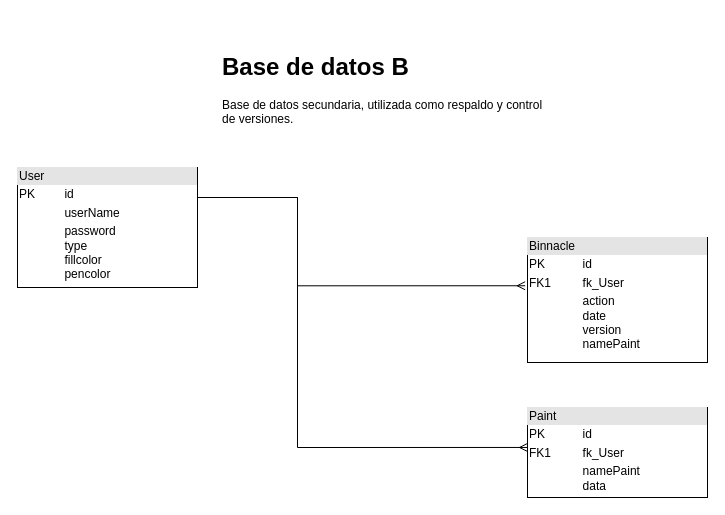
Before: UMLDBA.drawio in agchavez/BDProyecto, a draw.io diagram. Source tidied: cells renumbered, new cells numbered last; positions are measured from the earlier drawing's top-left corner, leaving out a move shared by most shapes. Both pictures are drawn from the tidied source at 100%, with x=0, y=0 at pixel (17, 47).
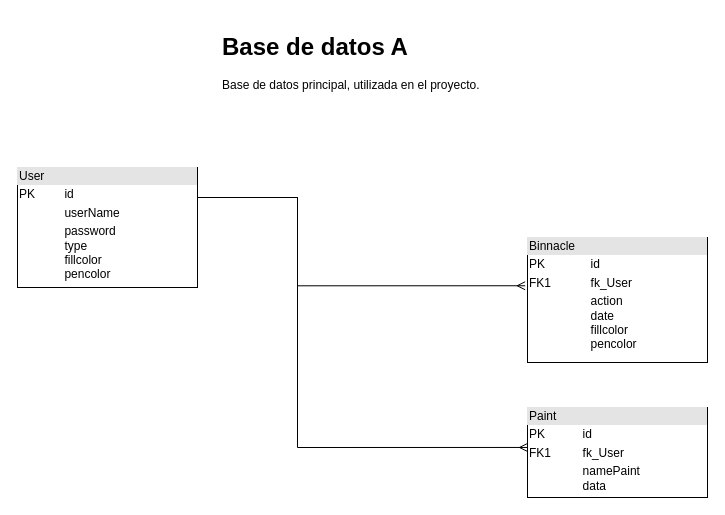
After the change.

Change to the diagram source:
```diff
@@
 <mxGraphModel>
   <root>
     <mxCell id="0" />
     <mxCell id="1" parent="0" />
     <mxCell id="2" style="edgeStyle=orthogonalEdgeStyle;rounded=0;jettySize=auto;html=1;entryX=-0.013;entryY=0.386;entryDx=0;entryDy=0;entryPerimeter=0;exitX=1;exitY=0.25;exitDx=0;exitDy=0;endArrow=ERmany;endFill=0;" parent="1" edge="1" source="4" target="5">
       <mxGeometry relative="1" as="geometry">
         <Array as="points">
           <mxPoint x="280" y="150" />
           <mxPoint x="280" y="238" />
         </Array>
       </mxGeometry>
     </mxCell>
     <mxCell id="3" style="edgeStyle=orthogonalEdgeStyle;rounded=0;jettySize=auto;html=1;endArrow=ERmany;endFill=0;exitX=1;exitY=0.25;exitDx=0;exitDy=0;entryX=0;entryY=0.444;entryDx=0;entryDy=0;entryPerimeter=0;" parent="1" edge="1" source="4" target="6">
       <mxGeometry relative="1" as="geometry">
         <Array as="points">
           <mxPoint x="280" y="150" />
           <mxPoint x="280" y="400" />
         </Array>
       </mxGeometry>
     </mxCell>
     <mxCell id="4" value="&lt;div style=&quot;box-sizing: border-box ; width: 100% ; background: #e4e4e4 ; padding: 2px&quot;&gt;User&lt;/div&gt;&lt;table style=&quot;width: 100% ; font-size: 1em&quot; cellpadding=&quot;2&quot; cellspacing=&quot;0&quot;&gt;&lt;tbody&gt;&lt;tr&gt;&lt;td&gt;PK&lt;/td&gt;&lt;td&gt;id&lt;/td&gt;&lt;/tr&gt;&lt;tr&gt;&lt;td&gt;&lt;br&gt;&lt;/td&gt;&lt;td&gt;userName&lt;/td&gt;&lt;/tr&gt;&lt;tr&gt;&lt;td&gt;&lt;/td&gt;&lt;td&gt;password&lt;br&gt;type&lt;br&gt;fillcolor&lt;br&gt;pencolor&lt;/td&gt;&lt;/tr&gt;&lt;/tbody&gt;&lt;/table&gt;" style="verticalAlign=top;align=left;overflow=fill;html=1;" parent="1" vertex="1">
       <mxGeometry y="120" width="180" height="120" as="geometry" />
     </mxCell>
-    <mxCell id="5" value="&lt;div style=&quot;box-sizing: border-box ; width: 100% ; background: #e4e4e4 ; padding: 2px&quot;&gt;Binnacle&lt;/div&gt;&lt;table style=&quot;width: 100% ; font-size: 1em&quot; cellpadding=&quot;2&quot; cellspacing=&quot;0&quot;&gt;&lt;tbody&gt;&lt;tr&gt;&lt;td&gt;PK&lt;/td&gt;&lt;td&gt;id&lt;/td&gt;&lt;/tr&gt;&lt;tr&gt;&lt;td&gt;FK1&lt;/td&gt;&lt;td&gt;fk_User&lt;/td&gt;&lt;/tr&gt;&lt;tr&gt;&lt;td&gt;&lt;/td&gt;&lt;td&gt;action&lt;br&gt;date&lt;br&gt;version&lt;br&gt;namePaint&lt;/td&gt;&lt;/tr&gt;&lt;/tbody&gt;&lt;/table&gt;" style="verticalAlign=top;align=left;overflow=fill;html=1;" parent="1" vertex="1">
+    <mxCell id="5" value="&lt;div style=&quot;box-sizing: border-box ; width: 100% ; background: #e4e4e4 ; padding: 2px&quot;&gt;Binnacle&lt;/div&gt;&lt;table style=&quot;width: 100% ; font-size: 1em&quot; cellpadding=&quot;2&quot; cellspacing=&quot;0&quot;&gt;&lt;tbody&gt;&lt;tr&gt;&lt;td&gt;PK&lt;/td&gt;&lt;td&gt;id&lt;/td&gt;&lt;/tr&gt;&lt;tr&gt;&lt;td&gt;FK1&lt;/td&gt;&lt;td&gt;fk_User&lt;/td&gt;&lt;/tr&gt;&lt;tr&gt;&lt;td&gt;&lt;/td&gt;&lt;td&gt;action&lt;br&gt;date&lt;br&gt;fillcolor&lt;br&gt;pencolor&lt;/td&gt;&lt;/tr&gt;&lt;/tbody&gt;&lt;/table&gt;" style="verticalAlign=top;align=left;overflow=fill;html=1;" parent="1" vertex="1">
       <mxGeometry x="510" y="190" width="180" height="125" as="geometry" />
     </mxCell>
     <mxCell id="6" value="&lt;div style=&quot;box-sizing: border-box ; width: 100% ; background: #e4e4e4 ; padding: 2px&quot;&gt;Paint&lt;/div&gt;&lt;table style=&quot;width: 100% ; font-size: 1em&quot; cellpadding=&quot;2&quot; cellspacing=&quot;0&quot;&gt;&lt;tbody&gt;&lt;tr&gt;&lt;td&gt;PK&lt;/td&gt;&lt;td&gt;id&lt;/td&gt;&lt;/tr&gt;&lt;tr&gt;&lt;td&gt;FK1&lt;/td&gt;&lt;td&gt;fk_User&lt;/td&gt;&lt;/tr&gt;&lt;tr&gt;&lt;td&gt;&lt;/td&gt;&lt;td&gt;namePaint&lt;br&gt;data&lt;/td&gt;&lt;/tr&gt;&lt;/tbody&gt;&lt;/table&gt;" style="verticalAlign=top;align=left;overflow=fill;html=1;" parent="1" vertex="1">
       <mxGeometry x="510" y="360" width="180" height="90" as="geometry" />
     </mxCell>
-    <mxCell id="7" value="&lt;h1&gt;Base de datos B&lt;/h1&gt;&lt;p&gt;Base de datos secundaria, utilizada como respaldo y control de versiones.&lt;/p&gt;" style="text;html=1;strokeColor=none;fillColor=none;spacing=5;spacingTop=-20;whiteSpace=wrap;overflow=hidden;rounded=0;" parent="1" vertex="1">
-      <mxGeometry x="200" width="330" height="120" as="geometry" />
+    <mxCell id="7" value="&lt;h1&gt;Base de datos A&lt;/h1&gt;&lt;p&gt;Base de datos principal, utilizada en el proyecto.&lt;/p&gt;" style="text;html=1;strokeColor=none;fillColor=none;spacing=5;spacingTop=-20;whiteSpace=wrap;overflow=hidden;rounded=0;" parent="1" vertex="1">
+      <mxGeometry x="200" y="-20" width="330" height="120" as="geometry" />
     </mxCell>
   </root>
 </mxGraphModel>
```
